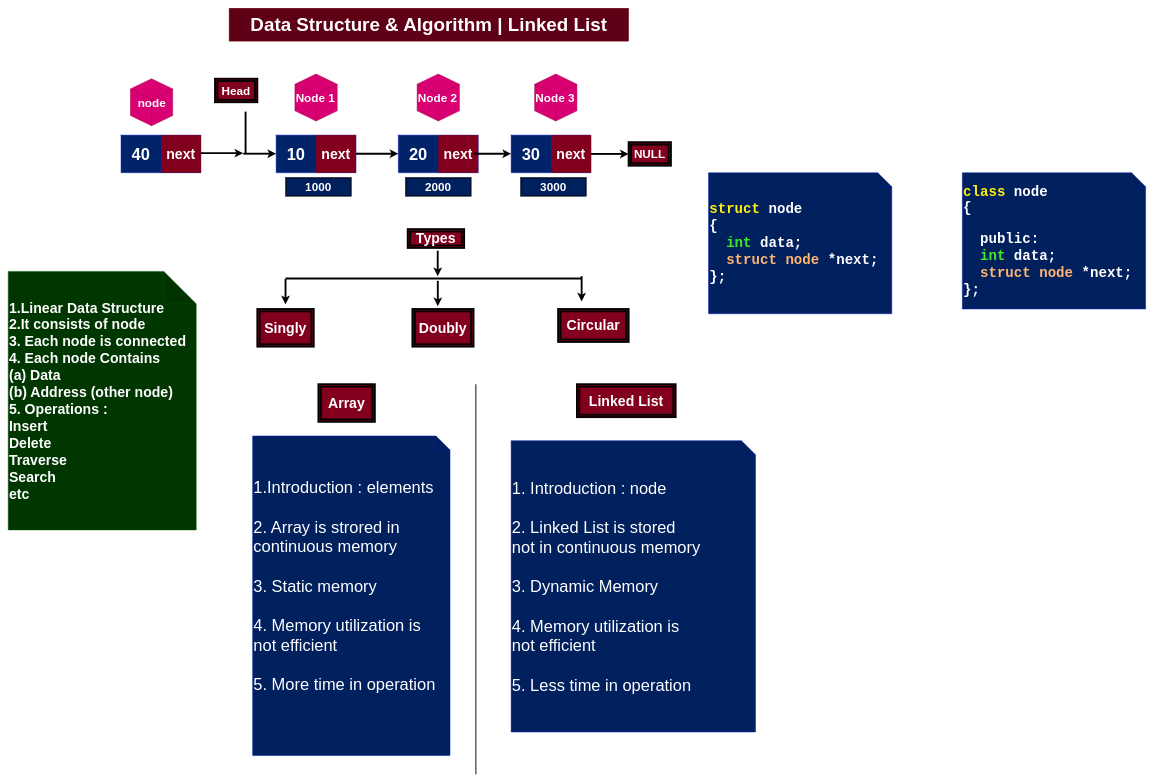
sanjeetCoder/notes keeps this draw.io diagram as Data Structure/Notes/26. Linked List Insert at the beginning.drawio. Above is the earlier version. Source tidied: cells renumbered, new cells numbered last; positions are measured from the earlier drawing's top-left corner, leaving out a move shared by most shapes. Both pictures are drawn from the tidied source at 47%, with x=0, y=0 at pixel (8, 8).
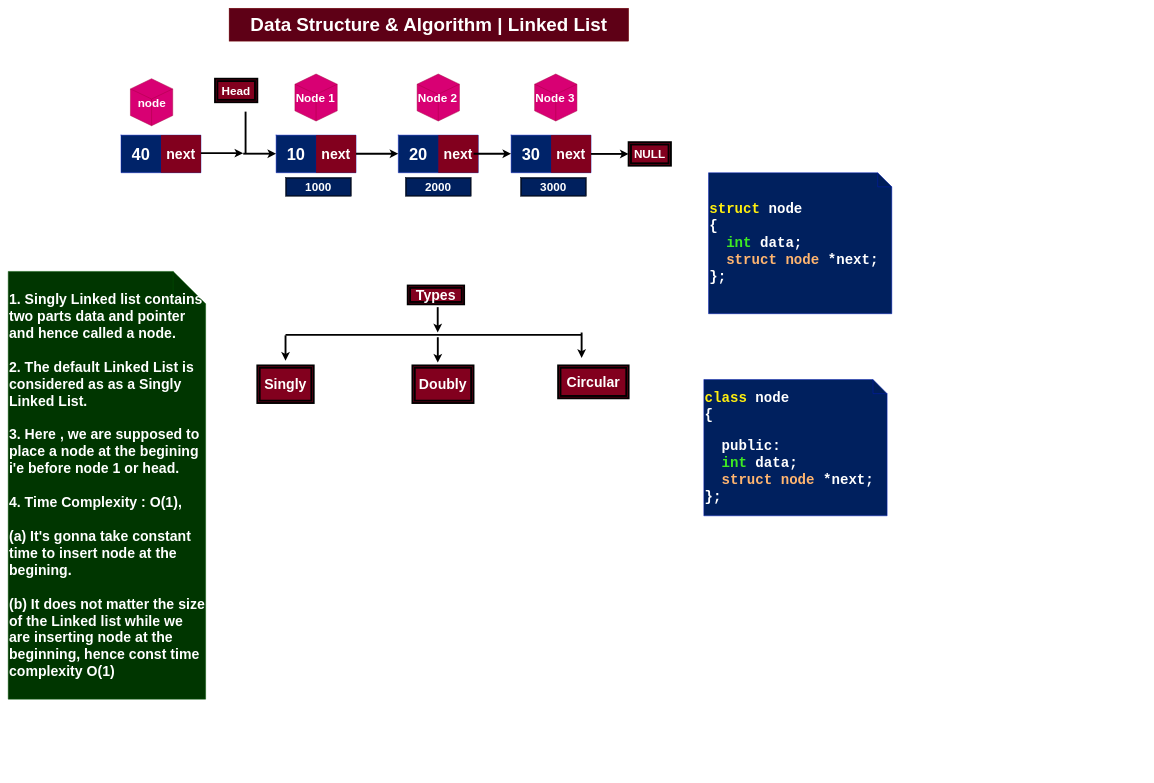
Above is the later version.

Commit message (it also covers changes not shown here):
Adding time complexity in linked list

Change to the diagram source:
```diff
@@
-    <mxCell id="3" value="&lt;font style=&quot;font-size: 30px&quot;&gt;&lt;b&gt;1.Linear Data Structure&amp;nbsp;&lt;br&gt;2.It consists of node&lt;br&gt;3. Each node is connected&lt;br&gt;4. Each node Contains&lt;br&gt;(a) Data&amp;nbsp;&lt;br&gt;(b) Address (other node)&lt;br&gt;5. Operations :&lt;br&gt;Insert&lt;br&gt;Delete&lt;br&gt;Traverse&lt;br&gt;Search&lt;br&gt;etc&lt;br&gt;&lt;/b&gt;&lt;/font&gt;" style="shape=note;whiteSpace=wrap;html=1;backgroundOutline=1;darkOpacity=0.05;fillColor=#003600;size=69;strokeColor=#005700;fontColor=#ffffff;align=left;" parent="1" vertex="1">
-      <mxGeometry y="560" width="400" height="550" as="geometry" />
+    <mxCell id="3" value="&lt;font style=&quot;font-size: 30px&quot;&gt;&lt;b&gt;1. Singly Linked list contains two parts data and pointer and hence called a node.&lt;br&gt;&lt;br&gt;2. The default Linked List is considered as as a Singly Linked List.&lt;br&gt;&lt;br&gt;3. Here , we are supposed to place a node at the begining i'e before node 1 or head.&lt;br&gt;&lt;br&gt;4. Time Complexity : O(1), &lt;br&gt;&lt;br&gt;(a) It's gonna take constant time to insert node at the begining. &lt;br&gt;&lt;br&gt;(b) It does not matter the size of the Linked list while we are inserting node at the beginning, hence const time complexity O(1)&lt;br&gt;&lt;/b&gt;&lt;/font&gt;" style="shape=note;whiteSpace=wrap;html=1;backgroundOutline=1;darkOpacity=0.05;fillColor=#003600;size=69;strokeColor=#005700;fontColor=#ffffff;align=left;" parent="1" vertex="1">
+      <mxGeometry y="560" width="420" height="910" as="geometry" />
     </mxCell>
@@
     <mxCell id="25" value="&lt;font style=&quot;font-size: 30px&quot; color=&quot;#ffffff&quot;&gt;&lt;b&gt;Singly&lt;/b&gt;&lt;/font&gt;" style="shape=ext;double=1;rounded=0;whiteSpace=wrap;html=1;strokeWidth=4;fillColor=#82001E;" parent="1" vertex="1">
-      <mxGeometry x="530" y="640" width="120" height="80" as="geometry" />
+      <mxGeometry x="530" y="760" width="120" height="80" as="geometry" />
     </mxCell>
     <mxCell id="26" value="&lt;font style=&quot;font-size: 30px&quot; color=&quot;#ffffff&quot;&gt;&lt;b&gt;Doubly&lt;/b&gt;&lt;/font&gt;" style="shape=ext;double=1;rounded=0;whiteSpace=wrap;html=1;strokeWidth=4;fillColor=#82001E;" parent="1" vertex="1">
-      <mxGeometry x="860" y="640" width="130" height="80" as="geometry" />
+      <mxGeometry x="860" y="760" width="130" height="80" as="geometry" />
     </mxCell>
     <mxCell id="27" value="&lt;font style=&quot;font-size: 30px&quot; color=&quot;#ffffff&quot;&gt;&lt;b&gt;Circular&lt;/b&gt;&lt;/font&gt;" style="shape=ext;double=1;rounded=0;whiteSpace=wrap;html=1;strokeWidth=4;fillColor=#82001E;" parent="1" vertex="1">
-      <mxGeometry x="1170" y="640" width="150" height="70" as="geometry" />
+      <mxGeometry x="1170" y="760" width="150" height="70" as="geometry" />
     </mxCell>
     <mxCell id="28" value="&lt;font style=&quot;font-size: 30px&quot; color=&quot;#ffffff&quot;&gt;&lt;b&gt;Types&lt;/b&gt;&lt;/font&gt;" style="shape=ext;double=1;rounded=0;whiteSpace=wrap;html=1;strokeWidth=4;fillColor=#82001E;" parent="1" vertex="1">
-      <mxGeometry x="850" y="470" width="120" height="40" as="geometry" />
+      <mxGeometry x="850" y="590" width="120" height="40" as="geometry" />
     </mxCell>
     <mxCell id="29" style="line;strokeWidth=4;html=1;perimeter=backbonePerimeter;points=[];outlineConnect=0;fillColor=#82001E;" parent="1" vertex="1">
-      <mxGeometry x="590" y="570" width="630" height="10" as="geometry" />
+      <mxGeometry x="590" y="690" width="630" height="10" as="geometry" />
     </mxCell>
     <mxCell id="30" style="edgeStyle=segmentEdgeStyle;endArrow=classic;html=1;rounded=0;strokeWidth=4;" parent="1" edge="1" source="29">
       <mxGeometry relative="1" as="geometry">
-        <mxPoint x="590" y="630" as="targetPoint" />
+        <mxPoint x="590" y="750" as="targetPoint" />
       </mxGeometry>
     </mxCell>
     <mxCell id="31" style="edgeStyle=segmentEdgeStyle;endArrow=classic;html=1;rounded=0;strokeWidth=4;" parent="1" edge="1">
       <mxGeometry relative="1" as="geometry">
-        <mxPoint x="1220" y="570" as="sourcePoint" />
-        <mxPoint x="1220" y="624" as="targetPoint" />
+        <mxPoint x="1220" y="690" as="sourcePoint" />
+        <mxPoint x="1220" y="744" as="targetPoint" />
       </mxGeometry>
     </mxCell>
     <mxCell id="32" style="edgeStyle=segmentEdgeStyle;endArrow=classic;html=1;rounded=0;strokeWidth=4;" parent="1" edge="1">
       <mxGeometry relative="1" as="geometry">
-        <mxPoint x="914" y="580" as="sourcePoint" />
-        <mxPoint x="914" y="634" as="targetPoint" />
+        <mxPoint x="914" y="700" as="sourcePoint" />
+        <mxPoint x="914" y="754" as="targetPoint" />
       </mxGeometry>
     </mxCell>
-    <mxCell id="33" value="&lt;font style=&quot;font-size: 35px&quot;&gt;1.Introduction : elements&lt;br&gt;&lt;br&gt;2. Array is strored in continuous memory&lt;br&gt;&lt;br&gt;3. Static memory&lt;br&gt;&lt;br&gt;4. Memory utilization is&lt;br&gt;not efficient&lt;br&gt;&lt;br&gt;5. More time in operation&lt;br&gt;&lt;br&gt;&lt;/font&gt;" style="shape=note;whiteSpace=wrap;html=1;backgroundOutline=1;darkOpacity=0.05;align=left;fillColor=#00205E;strokeColor=#001DBC;fontColor=#ffffff;" parent="1" vertex="1">
-      <mxGeometry x="520" y="910" width="420" height="680" as="geometry" />
-    </mxCell>
-    <mxCell id="34" value="&lt;span style=&quot;font-size: 35px&quot;&gt;&lt;br&gt;&lt;br&gt;1. Introduction : node&lt;br&gt;&lt;br&gt;2. Linked List is stored&amp;nbsp;&lt;br&gt;not in continuous memory&lt;br&gt;&lt;br&gt;3. Dynamic Memory&lt;br&gt;&lt;br&gt;&lt;/span&gt;&lt;span style=&quot;font-size: 35px&quot;&gt;4. Memory utilization is&lt;/span&gt;&lt;br style=&quot;font-size: 35px&quot;&gt;&lt;span style=&quot;font-size: 35px&quot;&gt;not efficient&lt;/span&gt;&lt;span style=&quot;font-size: 35px&quot;&gt;&amp;nbsp;&lt;br&gt;&lt;br&gt;&lt;/span&gt;&lt;span style=&quot;font-size: 35px&quot;&gt;5. Less time in operation&lt;/span&gt;&lt;br style=&quot;font-size: 35px&quot;&gt;&lt;span style=&quot;font-size: 35px&quot;&gt;&lt;br&gt;&lt;br&gt;&lt;/span&gt;" style="shape=note;whiteSpace=wrap;html=1;backgroundOutline=1;darkOpacity=0.05;fillColor=#00205E;strokeColor=#001DBC;fontColor=#ffffff;align=left;" parent="1" vertex="1">
-      <mxGeometry x="1070" y="920" width="520" height="620" as="geometry" />
-    </mxCell>
-    <mxCell id="35" style="line;strokeWidth=2;direction=south;html=1;align=left;" parent="1" vertex="1">
-      <mxGeometry x="990" y="800" width="10" height="830" as="geometry" />
-    </mxCell>
@@
-    <mxCell id="40" value="&lt;font style=&quot;font-size: 30px&quot; color=&quot;#ffffff&quot;&gt;&lt;b&gt;Array&lt;/b&gt;&lt;/font&gt;" style="shape=ext;double=1;rounded=0;whiteSpace=wrap;html=1;strokeWidth=4;fillColor=#82001E;" parent="1" vertex="1">
-      <mxGeometry x="660" y="800" width="120" height="80" as="geometry" />
-    </mxCell>
-    <mxCell id="41" value="&lt;font style=&quot;font-size: 30px&quot; color=&quot;#ffffff&quot;&gt;&lt;b&gt;Linked List&lt;/b&gt;&lt;/font&gt;" style="shape=ext;double=1;rounded=0;whiteSpace=wrap;html=1;strokeWidth=4;fillColor=#82001E;" parent="1" vertex="1">
-      <mxGeometry x="1210" y="800" width="210" height="70" as="geometry" />
-    </mxCell>
@@
     <mxCell id="45" style="edgeStyle=segmentEdgeStyle;endArrow=classic;html=1;rounded=0;strokeWidth=4;" parent="1" edge="1">
       <mxGeometry relative="1" as="geometry">
-        <mxPoint x="913.8" y="516" as="sourcePoint" />
-        <mxPoint x="913.8" y="570" as="targetPoint" />
+        <mxPoint x="913.8" y="636" as="sourcePoint" />
+        <mxPoint x="913.8" y="690" as="targetPoint" />
       </mxGeometry>
     </mxCell>
     <mxCell id="46" value="&lt;pre style=&quot;max-height: 600px ; font-size: 30px&quot;&gt;&lt;code class=&quot;dsa hljs cpp&quot; style=&quot;font-size: 30px&quot;&gt;&lt;span class=&quot;hljs-class&quot; style=&quot;font-size: 30px&quot;&gt;&lt;span class=&quot;hljs-title&quot; style=&quot;font-size: 30px&quot;&gt;&lt;font color=&quot;#ffef0f&quot;&gt;class &lt;/font&gt;node&lt;/span&gt;&lt;br style=&quot;font-size: 30px&quot;&gt;{&lt;/span&gt;&lt;/code&gt;&lt;/pre&gt;&lt;pre style=&quot;max-height: 600px ; font-size: 30px&quot;&gt;&lt;code class=&quot;dsa hljs cpp&quot; style=&quot;font-size: 30px&quot;&gt;  public:&lt;br style=&quot;font-size: 30px&quot;&gt;  &lt;font color=&quot;#3eea23&quot;&gt;&lt;span class=&quot;hljs-keyword&quot; style=&quot;font-size: 30px&quot;&gt;int&lt;/span&gt; &lt;/font&gt;data;&lt;br style=&quot;font-size: 30px&quot;&gt;  &lt;span class=&quot;hljs-class&quot; style=&quot;font-size: 30px&quot;&gt;&lt;font color=&quot;#ffb570&quot;&gt;&lt;span class=&quot;hljs-keyword&quot; style=&quot;font-size: 30px&quot;&gt;struct&lt;/span&gt; &lt;span class=&quot;hljs-title&quot; style=&quot;font-size: 30px&quot;&gt;node&lt;/span&gt;&lt;/font&gt; *&lt;span class=&quot;hljs-title&quot; style=&quot;font-size: 30px&quot;&gt;next&lt;/span&gt;;&lt;/span&gt;&lt;br style=&quot;font-size: 30px&quot;&gt;};&lt;/code&gt;&lt;/pre&gt;" style="shape=note;whiteSpace=wrap;html=1;backgroundOutline=1;darkOpacity=0.05;fillColor=#00205E;strokeColor=#001DBC;fontColor=#ffffff;align=left;fontSize=30;fontStyle=1;" parent="1" vertex="1">
-      <mxGeometry x="2030" y="350" width="390" height="290" as="geometry" />
+      <mxGeometry x="1480" y="790" width="390" height="290" as="geometry" />
     </mxCell>
```
